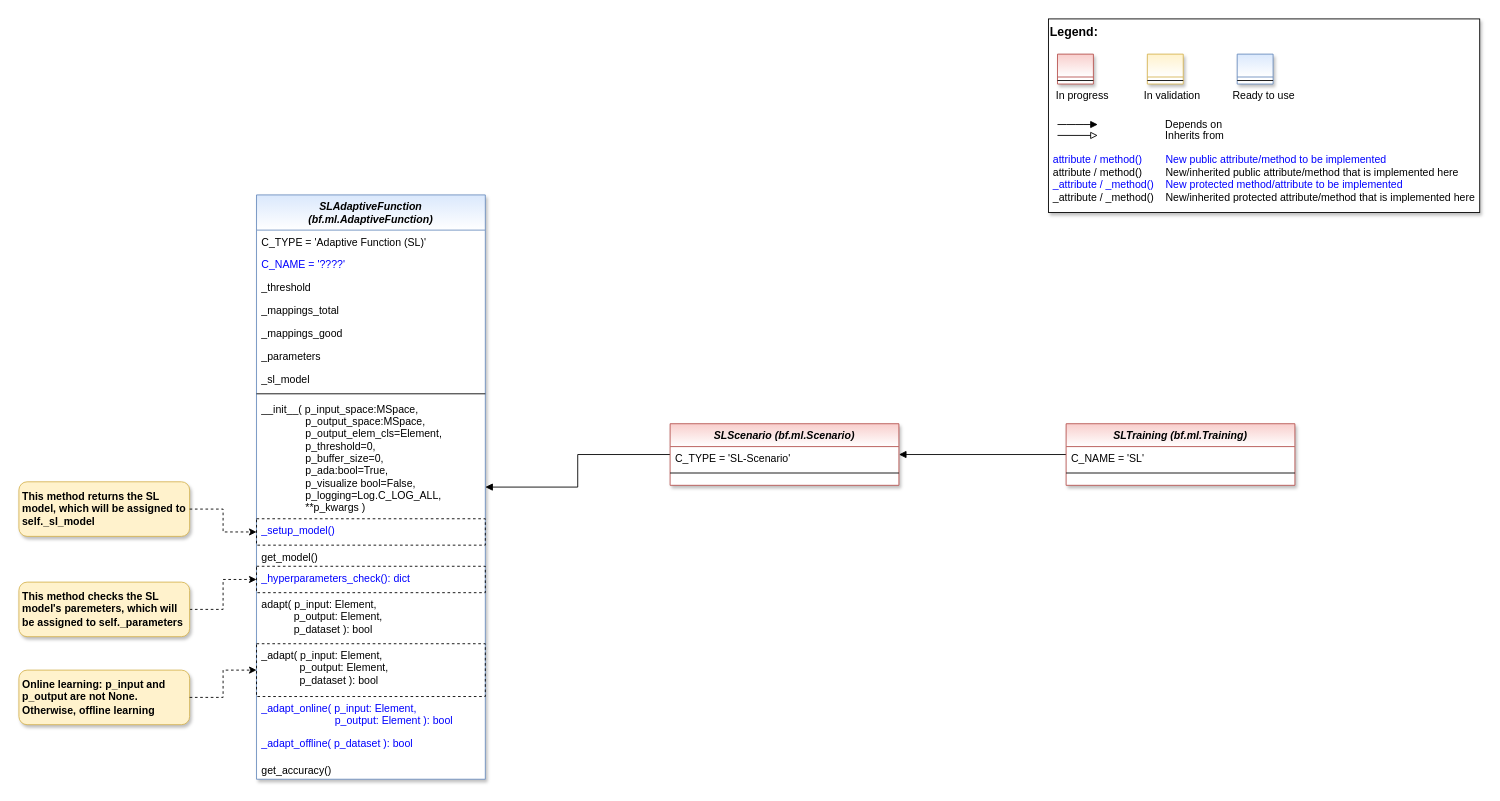
fhswf/MLPro keeps this draw.io diagram as doc/rtd/content/04_appendices/appendix2/sub/core/mlpro_sl/images/MLPro-SL-Basics_class_diagram.drawio. Above is the earlier version. Source tidied: cells renumbered, new cells numbered last; positions are measured from the earlier drawing's top-left corner, leaving out a move shared by most shapes. Both pictures are drawn from the tidied source at 88%, with x=0, y=0 at pixel (18, 18).
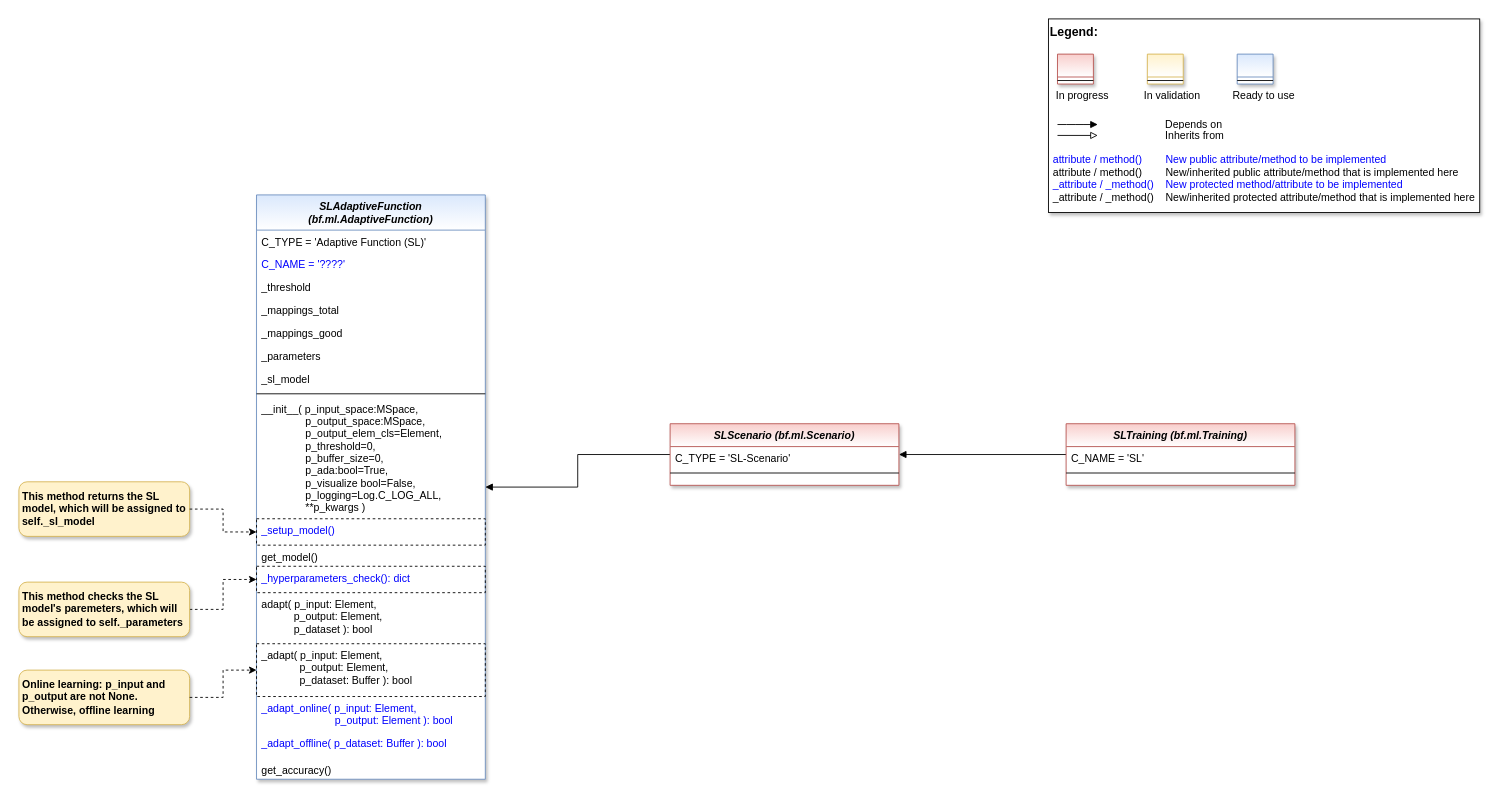
Above is the later version.

Commit message (it also covers changes not shown here):
update class diagram

Unchanged cells that the change refers to:
```xml
<mxCell id="2" value="SLAdaptiveFunction &#10;(bf.ml.AdaptiveFunction)" style="swimlane;fontStyle=3;align=center;verticalAlign=top;horizontal=1;startSize=40;rounded=0;shadow=1;strokeWidth=1;fillColor=#dae8fc;strokeColor=#6c8ebf;gradientColor=#ffffff;swimlaneFillColor=#ffffff;" parent="1" vertex="1">
  <mxGeometry x="270" y="200" width="260" height="664" as="geometry" />
</mxCell>
```

Change to the diagram source:
```diff
@@
-    <mxCell id="16" value="_adapt( p_input: Element,&#10;             p_output: Element,&#10;             p_dataset ): bool" style="text;align=left;verticalAlign=top;spacingLeft=4;spacingRight=4;overflow=hidden;points=[[0,0.5],[1,0.5]];portConstraint=eastwest;fontColor=default;dashed=1;strokeColor=default;" parent="2" vertex="1">
+    <mxCell id="16" value="_adapt( p_input: Element,&#10;             p_output: Element,&#10;             p_dataset: Buffer ): bool" style="text;align=left;verticalAlign=top;spacingLeft=4;spacingRight=4;overflow=hidden;points=[[0,0.5],[1,0.5]];portConstraint=eastwest;fontColor=default;dashed=1;strokeColor=default;" parent="2" vertex="1">
       <mxGeometry y="510" width="260" height="60" as="geometry" />
     </mxCell>
@@
-    <mxCell id="18" value="_adapt_offline( p_dataset ): bool" style="text;align=left;verticalAlign=top;spacingLeft=4;spacingRight=4;overflow=hidden;fontColor=#0000FF;dashed=1;strokeColor=none;" parent="2" vertex="1">
+    <mxCell id="18" value="_adapt_offline( p_dataset: Buffer ): bool" style="text;align=left;verticalAlign=top;spacingLeft=4;spacingRight=4;overflow=hidden;fontColor=#0000FF;dashed=1;strokeColor=none;" parent="2" vertex="1">
       <mxGeometry y="610" width="260" height="30" as="geometry" />
     </mxCell>
```
